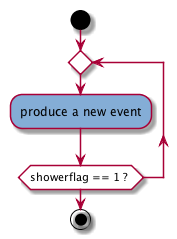
The PlantUML diagram EXAMPLE/flowdoc/aux_files/cCVINCIAPARENTFshower.png in jlopezvi/Flowgen, before a commit.
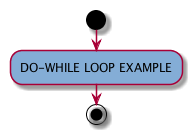
After the commit.

Change to the diagram source:
```diff
@@ -2,11 +2,7 @@
 
 start
  skinparam activityBackgroundColor #white
-
-repeat
-   :#84add6:produce a new event;
-repeat while (showerflag == 1 ? )
-
+:#84add6:DO-WHILE LOOP EXAMPLE;
 
 stop
 
```
